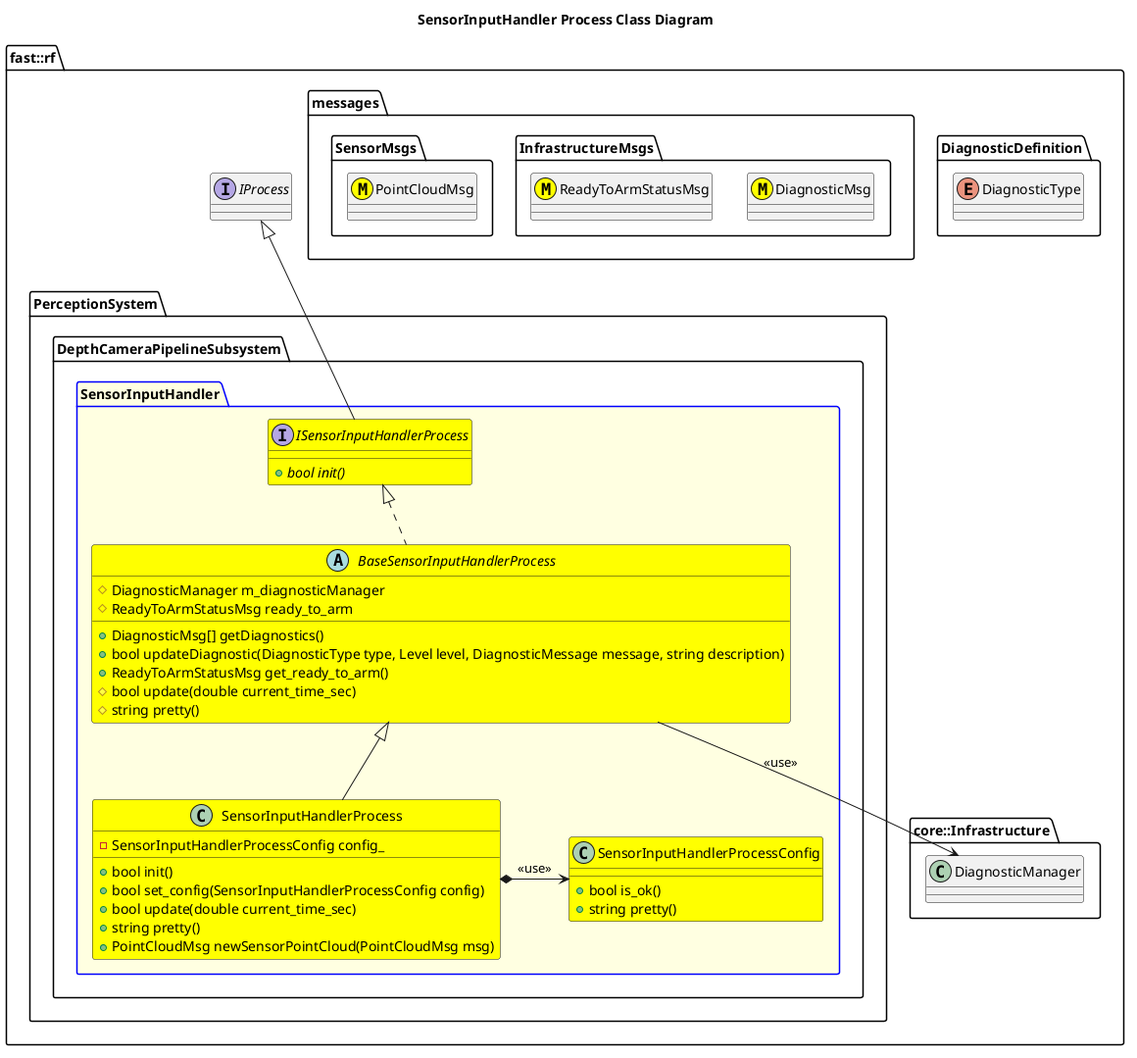
The PlantUML diagram Systems/Perception/Subsystems/DepthCameraPipeline/Processes/SensorInputHandler/doc/puml/SensorInputHandlerProcessClassDiagram.png in fastrobotics/robot_framework, before a commit.
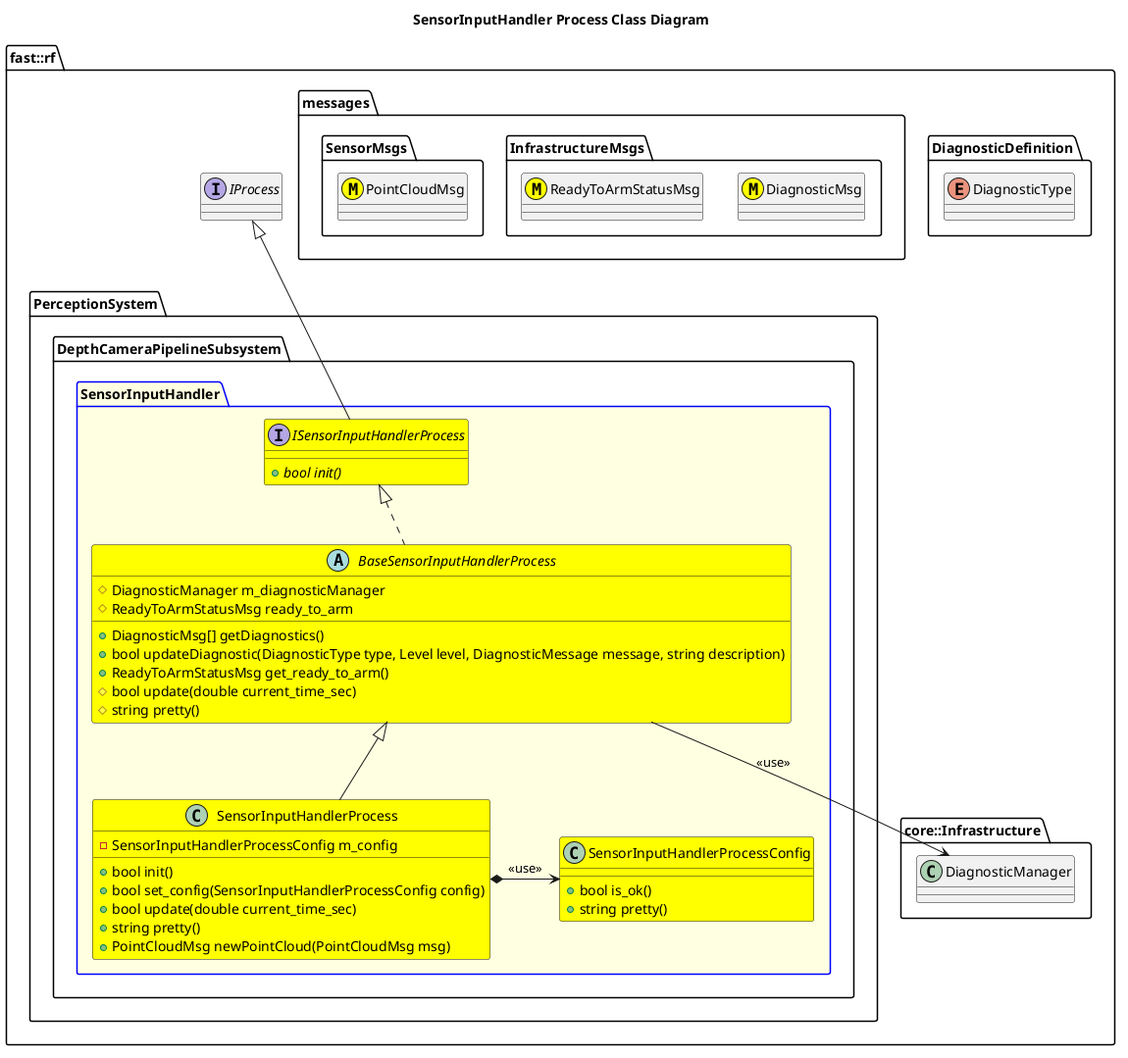
The same diagram one commit later.

The edit, as a diff of the source:
```diff
@@ -47,8 +47,8 @@
                     +bool set_config(SensorInputHandlerProcessConfig config)
                     +bool update(double current_time_sec)
                     +string pretty()
-                    +PointCloudMsg newSensorPointCloud(PointCloudMsg msg)
-                    -SensorInputHandlerProcessConfig config_
+                    +PointCloudMsg newPointCloud(PointCloudMsg msg)
+                    -SensorInputHandlerProcessConfig m_config
                 }
                 SensorInputHandlerProcess -up-|> BaseSensorInputHandlerProcess
                 SensorInputHandlerProcess *-> SensorInputHandlerProcessConfig: <<use>>
```
